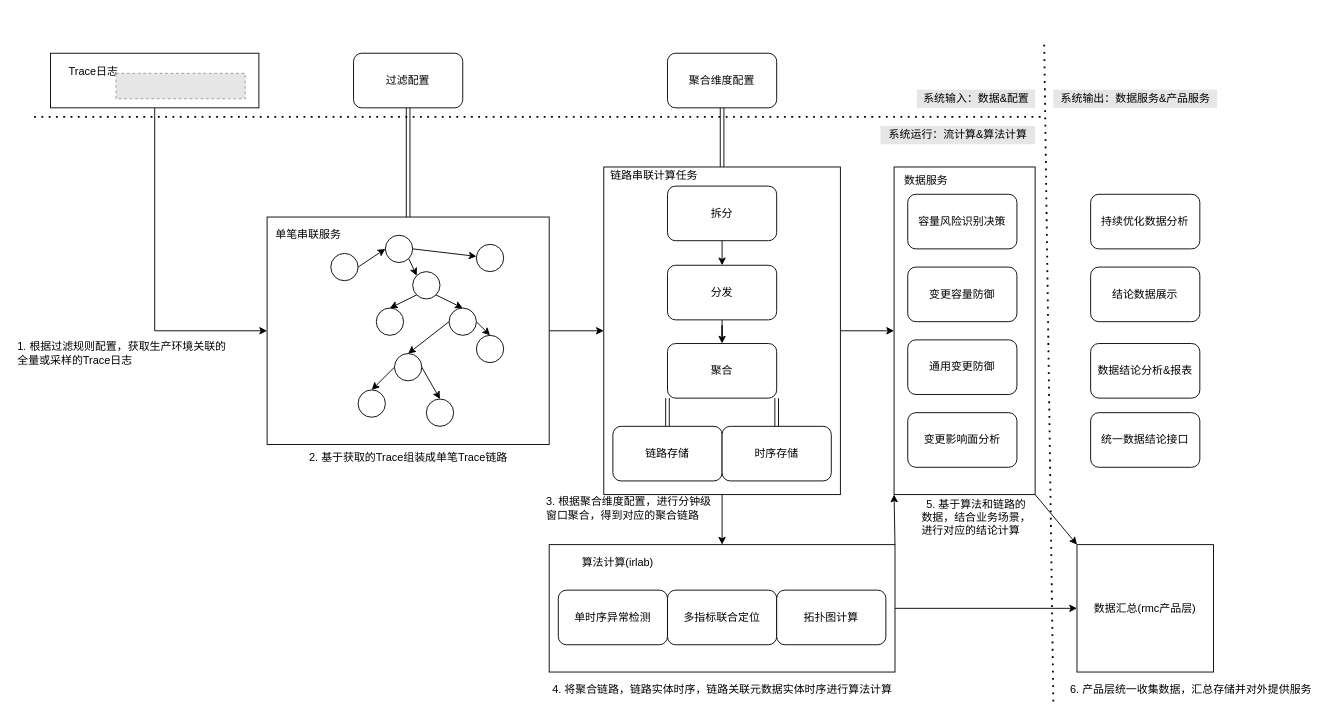
The draw.io diagram 蚂蚁金服/链路容量.drawio in frankneu/draw.io, before the edit. Source tidied: cells renumbered, new cells numbered last; positions are measured from the earlier drawing's top-left corner, leaving out a move shared by most shapes. Both pictures are drawn from the tidied source at 91%, with x=0, y=0 at pixel (15, 44). Pictures stored in the file or linked from it are replaced by grey dashed boxes.
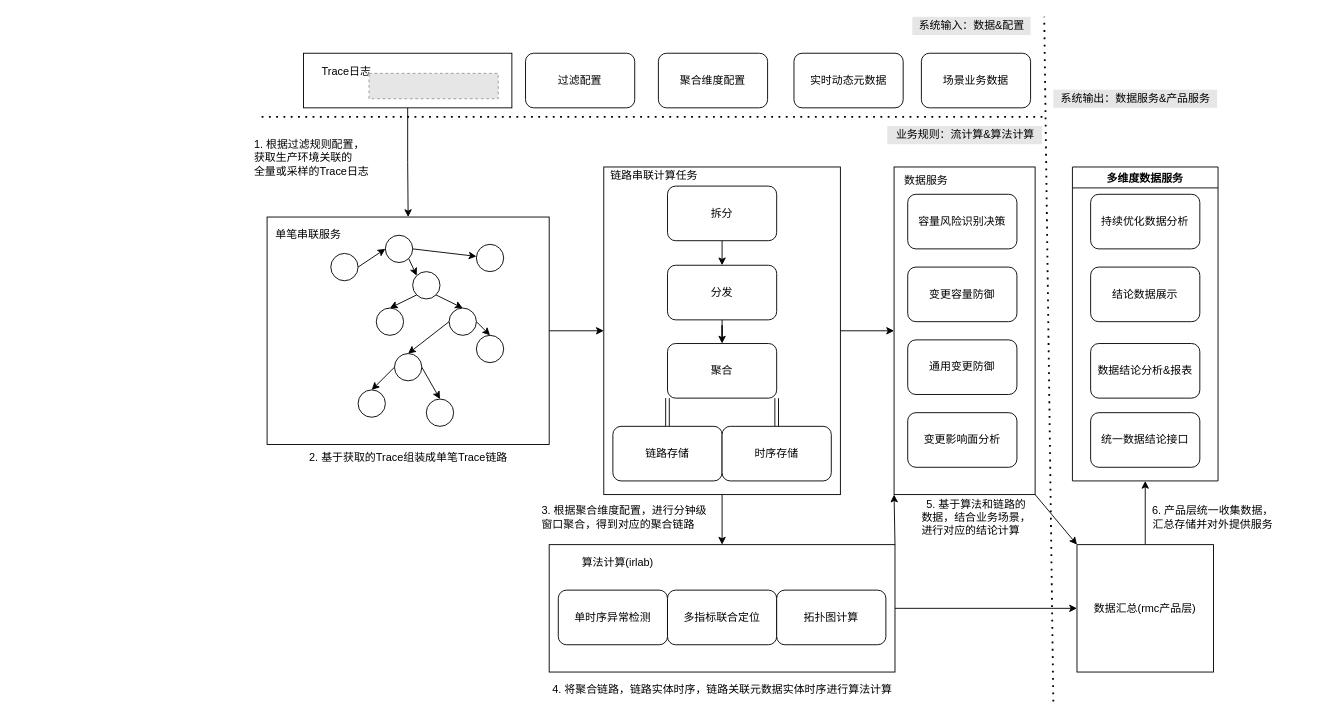
Above is the later version.

Unchanged cells that the change refers to:
```xml
<mxCell id="6" style="rounded=0;whiteSpace=wrap;html=1;" parent="1" vertex="1">
  <mxGeometry x="276" y="190" width="310" height="250" as="geometry" />
</mxCell>
<mxCell id="10" style="rounded=0;whiteSpace=wrap;html=1;" parent="1" vertex="1">
  <mxGeometry x="646" y="135" width="260" height="360" as="geometry" />
</mxCell>
<mxCell id="56" value="数据汇总(rmc产品层)" style="rounded=0;whiteSpace=wrap;html=1;" parent="1" vertex="1">
  <mxGeometry x="1166" y="550" width="150" height="140" as="geometry" />
</mxCell>
```

What changed in the source:
```diff
@@
-    <mxCell id="3" style="edgeStyle=orthogonalEdgeStyle;rounded=0;jettySize=auto;html=1;exitX=0.5;exitY=1;exitDx=0;exitDy=0;entryX=0;entryY=0.5;entryDx=0;entryDy=0;" parent="1" edge="1" source="4" target="6">
+    <mxCell id="3" style="edgeStyle=orthogonalEdgeStyle;rounded=0;jettySize=auto;html=1;exitX=0.5;exitY=1;exitDx=0;exitDy=0;" parent="1" edge="1" source="4" target="6">
       <mxGeometry relative="1" as="geometry" />
     </mxCell>
     <mxCell id="4" style="rounded=0;whiteSpace=wrap;html=1;" parent="1" vertex="1">
-      <mxGeometry x="38" y="10" width="229" height="60" as="geometry" />
+      <mxGeometry x="316" y="10" width="229" height="60" as="geometry" />
     </mxCell>
@@
     <mxCell id="15" value="Trace日志" style="text;html=1;align=center;verticalAlign=middle;strokeColor=none;" parent="1" vertex="1">
-      <mxGeometry x="50" y="20" width="70" height="20" as="geometry" />
+      <mxGeometry x="328" y="20" width="70" height="20" as="geometry" />
     </mxCell>
@@
     <mxCell id="45" style="fillColor=#E6E6E6;strokeColor=#999999;dashed=1;verticalLabelPosition=bottom;labelBackgroundColor=#ffffff;verticalAlign=top;" parent="1" vertex="1">
-      <mxGeometry x="110" y="32.1" width="142" height="27.9" as="geometry" />
+      <mxGeometry x="388" y="32.1" width="142" height="27.9" as="geometry" />
     </mxCell>
-    <mxCell id="46" style="edgeStyle=none;rounded=0;jettySize=auto;html=1;exitX=0.5;exitY=1;exitDx=0;exitDy=0;shape=link;" parent="1" edge="1" source="47" target="6">
-      <mxGeometry relative="1" as="geometry" />
-    </mxCell>
     <mxCell id="47" value="过滤配置" style="rounded=1;whiteSpace=wrap;html=1;" parent="1" vertex="1">
-      <mxGeometry x="371" y="10" width="120" height="60" as="geometry" />
+      <mxGeometry x="560" y="10" width="120" height="60" as="geometry" />
     </mxCell>
@@
-    <mxCell id="49" style="edgeStyle=none;shape=link;rounded=0;jettySize=auto;html=1;exitX=0.5;exitY=1;exitDx=0;exitDy=0;entryX=0.5;entryY=0;entryDx=0;entryDy=0;" parent="1" edge="1" source="50" target="10">
-      <mxGeometry relative="1" as="geometry" />
-    </mxCell>
     <mxCell id="50" value="聚合维度配置" style="rounded=1;whiteSpace=wrap;html=1;" parent="1" vertex="1">
-      <mxGeometry x="716" y="10" width="120" height="60" as="geometry" />
+      <mxGeometry x="706" y="10" width="120" height="60" as="geometry" />
     </mxCell>
@@
+    <mxCell id="76" style="edgeStyle=orthogonalEdgeStyle;rounded=0;jettySize=auto;html=1;exitX=0.5;exitY=0;exitDx=0;exitDy=0;entryX=0.5;entryY=1;entryDx=0;entryDy=0;" parent="1" edge="1" source="56" target="77">
+      <mxGeometry relative="1" as="geometry" />
+    </mxCell>
@@
     <mxCell id="57" style="endArrow=none;dashed=1;html=1;dashPattern=1 3;strokeWidth=2;" parent="1" edge="1">
       <mxGeometry relative="1" as="geometry">
-        <mxPoint x="20" y="80" as="sourcePoint" />
+        <mxPoint x="270" y="80" as="sourcePoint" />
         <mxPoint x="1130" y="80" as="targetPoint" />
       </mxGeometry>
     </mxCell>
@@
     <mxCell id="62" style="endArrow=none;dashed=1;html=1;dashPattern=1 3;strokeWidth=2;" parent="1" edge="1">
       <mxGeometry relative="1" as="geometry">
         <mxPoint x="1140" y="722.5" as="sourcePoint" />
-        <mxPoint x="1130" as="targetPoint" />
+        <mxPoint x="1130" y="-30" as="targetPoint" />
       </mxGeometry>
     </mxCell>
     <mxCell id="63" value="系统输入：数据&amp;amp;配置" style="text;html=1;align=center;verticalAlign=middle;strokeColor=none;fillColor=#E6E6E6;" parent="1" vertex="1">
-      <mxGeometry x="990" y="50" width="130" height="20" as="geometry" />
+      <mxGeometry x="985" y="-30" width="130" height="20" as="geometry" />
     </mxCell>
-    <mxCell id="64" value="系统运行：流计算&amp;amp;算法计算" style="text;html=1;align=center;verticalAlign=middle;strokeColor=none;fillColor=#E6E6E6;" parent="1" vertex="1">
-      <mxGeometry x="950" y="90" width="170" height="20" as="geometry" />
+    <mxCell id="64" value="业务规则：流计算&amp;amp;算法计算" style="text;html=1;align=center;verticalAlign=middle;strokeColor=none;fillColor=#E6E6E6;" parent="1" vertex="1">
+      <mxGeometry x="957.5" y="90" width="170" height="20" as="geometry" />
     </mxCell>
@@
-    <mxCell id="70" value="1. 根据过滤规则配置，获取生产环境关联的&lt;br&gt;全量或采样的Trace日志" style="text;html=1;align=left;verticalAlign=middle;strokeColor=none;" parent="1" vertex="1">
-      <mxGeometry y="325" width="240" height="30" as="geometry" />
+    <mxCell id="70" value="1. 根据过滤规则配置，&lt;br&gt;获取生产环境关联的&lt;br&gt;全量或采样的Trace日志" style="text;html=1;align=left;verticalAlign=middle;strokeColor=none;" parent="1" vertex="1">
+      <mxGeometry x="260" y="100" width="140" height="50" as="geometry" />
     </mxCell>
@@
     <mxCell id="72" value="3. 根据聚合维度配置，进行分钟级&lt;br&gt;窗口聚合，得到对应的聚合链路" style="text;html=1;align=left;verticalAlign=middle;strokeColor=none;" parent="1" vertex="1">
-      <mxGeometry x="581" y="495" width="200" height="30" as="geometry" />
+      <mxGeometry x="576" y="505" width="200" height="30" as="geometry" />
     </mxCell>
@@
-    <mxCell id="75" value="6. 产品层统一收集数据，汇总存储并对外提供服务" style="text;html=1;align=center;verticalAlign=middle;strokeColor=none;" parent="1" vertex="1">
-      <mxGeometry x="1151" y="700" width="280" height="20" as="geometry" />
+    <mxCell id="75" value="6. 产品层统一收集数据，&lt;br&gt;汇总存储并对外提供服务" style="text;html=1;align=center;verticalAlign=middle;strokeColor=none;" parent="1" vertex="1">
+      <mxGeometry x="1240" y="505" width="150" height="30" as="geometry" />
     </mxCell>
+    <mxCell id="77" value="多维度数据服务" style="swimlane;startSize=23;" parent="1" vertex="1">
+      <mxGeometry x="1161" y="135" width="160" height="345" as="geometry" />
+    </mxCell>
+    <mxCell id="78" value="场景业务数据" style="rounded=1;whiteSpace=wrap;html=1;" parent="1" vertex="1">
+      <mxGeometry x="995" y="10" width="120" height="60" as="geometry" />
+    </mxCell>
+    <mxCell id="79" value="实时动态元数据" style="rounded=1;whiteSpace=wrap;html=1;" parent="1" vertex="1">
+      <mxGeometry x="855" y="10" width="120" height="60" as="geometry" />
+    </mxCell>
```
